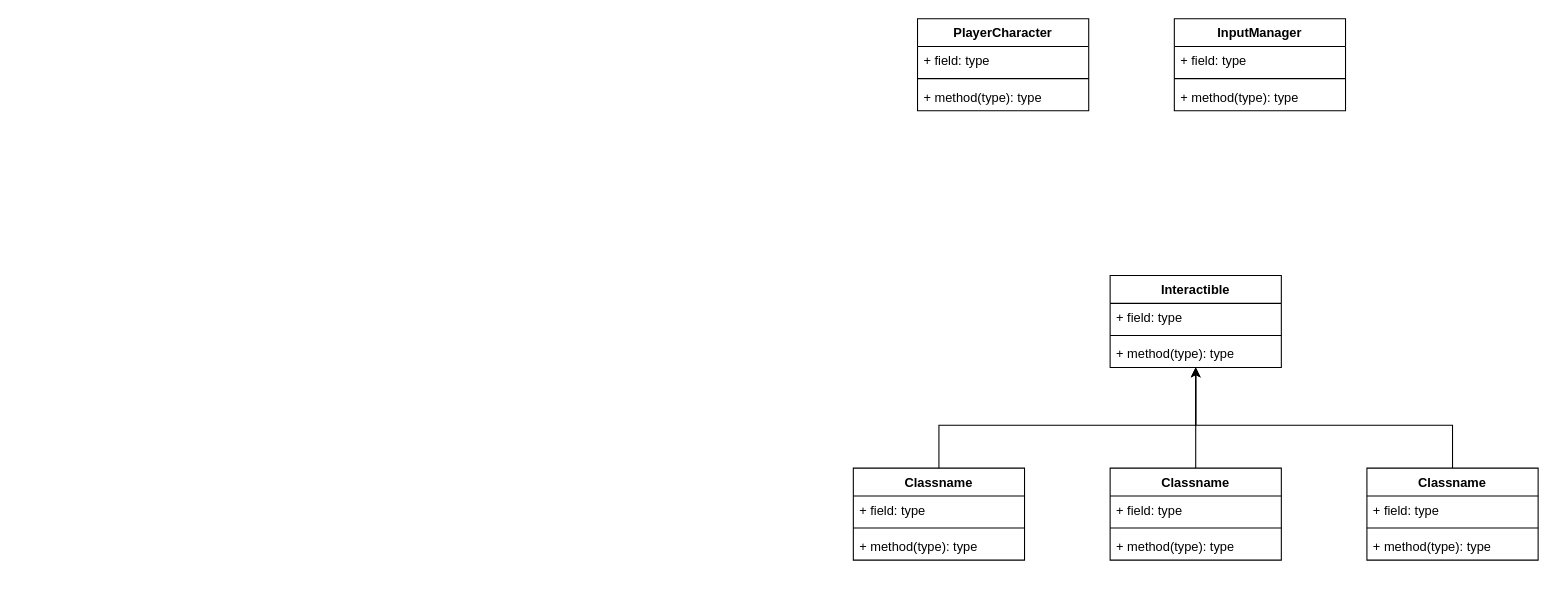
Before: Documentation/PortoArchitecture.drawio in AlixianL/Porto, a draw.io diagram. Source tidied: cells renumbered, new cells numbered last; positions are measured from the earlier drawing's top-left corner, leaving out a move shared by most shapes. Both pictures are drawn from the tidied source at 107%, with x=0, y=0 at pixel (853, 18).
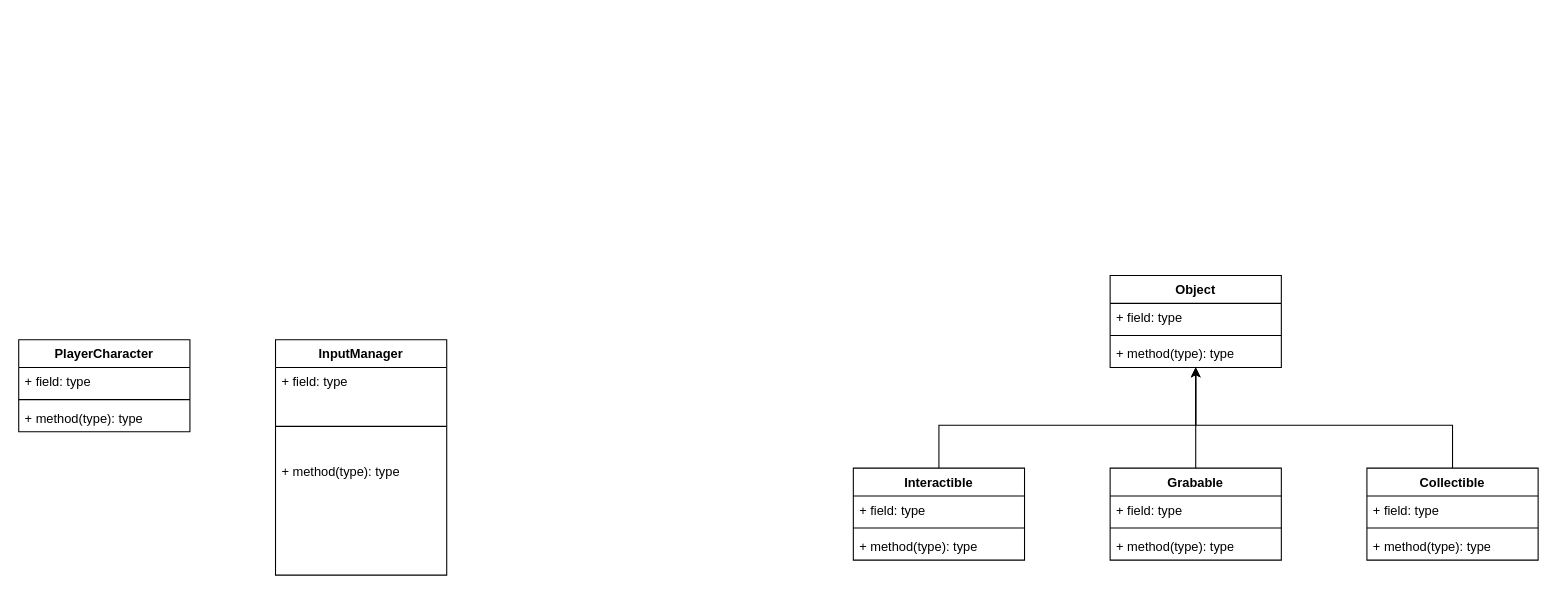
Above is the later version.

Change to the diagram source:
```diff
@@
     <mxCell id="2" value="PlayerCharacter" style="swimlane;fontStyle=1;align=center;verticalAlign=top;horizontal=1;startSize=26;whiteSpace=wrap;html=1;" parent="1" vertex="1">
-      <mxGeometry x="60" width="160" height="86" as="geometry" />
+      <mxGeometry x="-780" y="300" width="160" height="86" as="geometry" />
     </mxCell>
@@
     <mxCell id="6" value="InputManager" style="swimlane;fontStyle=1;align=center;verticalAlign=top;horizontal=1;startSize=26;whiteSpace=wrap;html=1;" parent="1" vertex="1">
-      <mxGeometry x="300" width="160" height="86" as="geometry" />
+      <mxGeometry x="-540" y="300" width="160" height="220" as="geometry" />
     </mxCell>
@@
     <mxCell id="8" style="line;strokeWidth=1;fillColor=none;align=left;verticalAlign=middle;spacingTop=-1;spacingLeft=3;spacingRight=3;labelPosition=right;strokeColor=inherit;" parent="6" vertex="1">
-      <mxGeometry y="52" width="160" height="8" as="geometry" />
+      <mxGeometry y="52" width="160" height="58" as="geometry" />
     </mxCell>
     <mxCell id="9" value="+ method(type): type" style="text;strokeColor=none;fillColor=none;align=left;verticalAlign=top;spacingLeft=4;spacingRight=4;overflow=hidden;whiteSpace=wrap;html=1;" parent="6" vertex="1">
-      <mxGeometry y="60" width="160" height="26" as="geometry" />
+      <mxGeometry y="110" width="160" height="110" as="geometry" />
     </mxCell>
-    <mxCell id="10" value="Interactible" style="swimlane;fontStyle=1;align=center;verticalAlign=top;horizontal=1;startSize=26;whiteSpace=wrap;html=1;" parent="1" vertex="1">
+    <mxCell id="10" value="Object" style="swimlane;fontStyle=1;align=center;verticalAlign=top;horizontal=1;startSize=26;whiteSpace=wrap;html=1;" parent="1" vertex="1">
       <mxGeometry x="240" y="240" width="160" height="86" as="geometry" />
     </mxCell>
@@
-    <mxCell id="15" value="Classname" style="swimlane;fontStyle=1;align=center;verticalAlign=top;horizontal=1;startSize=26;whiteSpace=wrap;html=1;" parent="1" vertex="1">
+    <mxCell id="15" value="Interactible" style="swimlane;fontStyle=1;align=center;verticalAlign=top;horizontal=1;startSize=26;whiteSpace=wrap;html=1;" parent="1" vertex="1">
       <mxGeometry y="420" width="160" height="86" as="geometry" />
     </mxCell>
@@
-    <mxCell id="20" value="Classname" style="swimlane;fontStyle=1;align=center;verticalAlign=top;horizontal=1;startSize=26;whiteSpace=wrap;html=1;" parent="1" vertex="1">
+    <mxCell id="20" value="Grabable" style="swimlane;fontStyle=1;align=center;verticalAlign=top;horizontal=1;startSize=26;whiteSpace=wrap;html=1;" parent="1" vertex="1">
       <mxGeometry x="240" y="420" width="160" height="86" as="geometry" />
     </mxCell>
@@
-    <mxCell id="25" value="Classname" style="swimlane;fontStyle=1;align=center;verticalAlign=top;horizontal=1;startSize=26;whiteSpace=wrap;html=1;" parent="1" vertex="1">
+    <mxCell id="25" value="Collectible" style="swimlane;fontStyle=1;align=center;verticalAlign=top;horizontal=1;startSize=26;whiteSpace=wrap;html=1;" parent="1" vertex="1">
       <mxGeometry x="480" y="420" width="160" height="86" as="geometry" />
     </mxCell>
```
